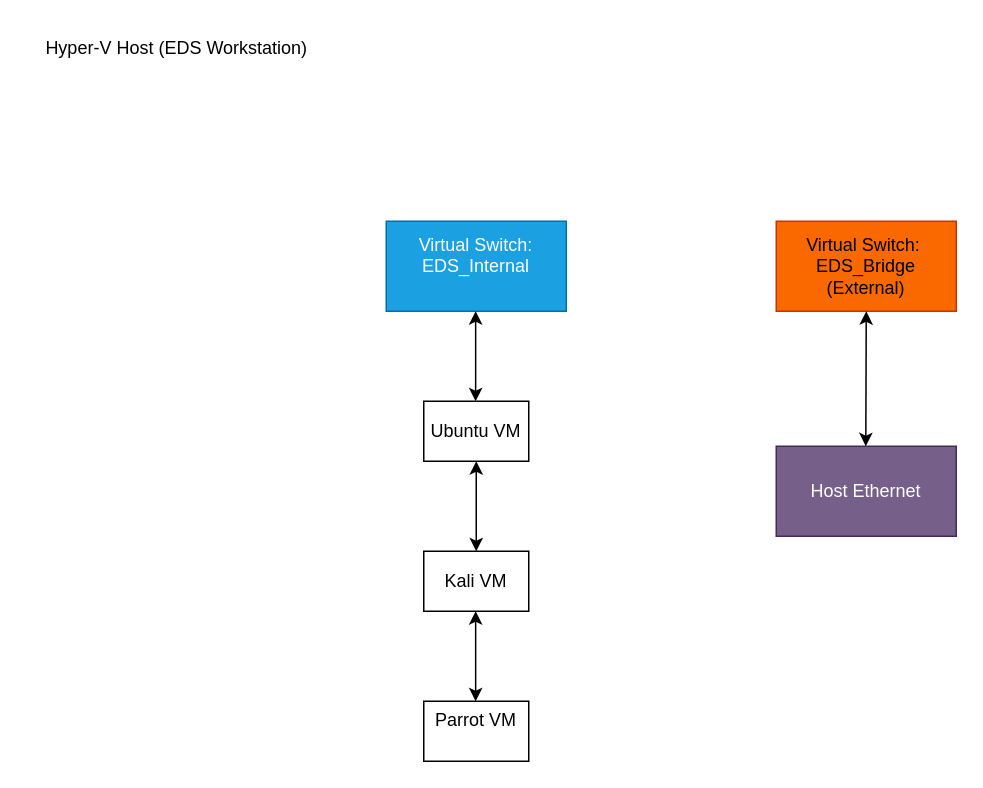
securedbyjc/EDS-Strategic-Docs keeps this draw.io diagram as internal-labs/hyper-v-core-lab/architecture-diagrams/hyperv-lab-v1.drawio. Above is the earlier version. Source tidied: cells renumbered, new cells numbered last; positions are measured from the earlier drawing's top-left corner, leaving out a move shared by most shapes. Both pictures are drawn from the tidied source at 150%, with x=0, y=0 at pixel (26, 26).
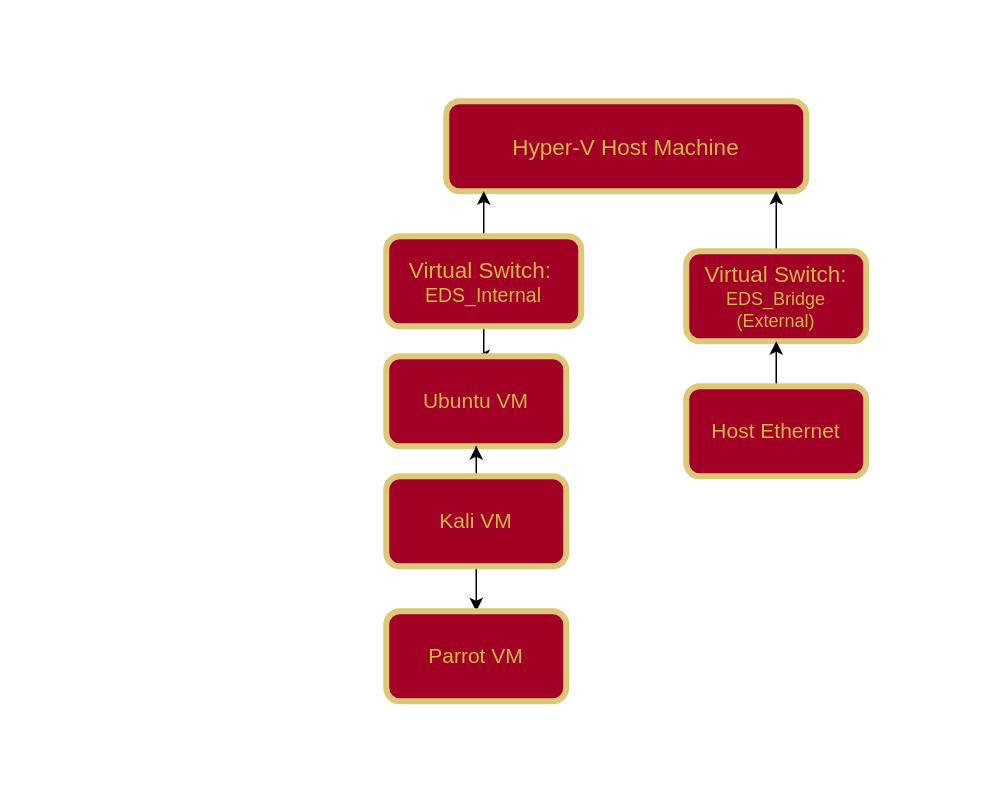
Above is the later version.

Commit message (it also covers changes not shown here):
Resolve merge conflicts in Kali lab READMEs

The edit, as a diff of the source:
```diff
@@
 <mxGraphModel>
   <root>
     <mxCell id="0" />
     <mxCell id="1" parent="0" />
+    <mxCell id="13" value="&lt;font style=&quot;font-size: 15px;&quot;&gt;Hyper-V Host Machine&lt;/font&gt;" style="rounded=1;whiteSpace=wrap;html=1;fillColor=#a20025;fontColor=light-dark(#d3b64a, #121212);strokeColor=light-dark(#ddc778, #ffc5c5);strokeWidth=4;" parent="1" vertex="1">
+      <mxGeometry x="280" y="50" width="240" height="60" as="geometry" />
+    </mxCell>
+    <mxCell id="14" style="edgeStyle=orthogonalEdgeStyle;rounded=0;jettySize=auto;html=1;" parent="1" edge="1" source="2" target="13">
+      <mxGeometry relative="1" as="geometry">
+        <Array as="points">
+          <mxPoint x="310" y="140" />
+          <mxPoint x="310" y="140" />
+        </Array>
+      </mxGeometry>
+    </mxCell>
+    <mxCell id="15" style="edgeStyle=orthogonalEdgeStyle;rounded=0;jettySize=auto;html=1;" parent="1" edge="1" source="2" target="5">
+      <mxGeometry relative="1" as="geometry" />
+    </mxCell>
-    <mxCell id="2" value="Virtual Switch:&lt;br&gt;EDS_Internal&lt;div&gt;&lt;br&gt;&lt;/div&gt;" style="rounded=0;whiteSpace=wrap;html=1;fillColor=#1ba1e2;fontColor=#ffffff;strokeColor=#006EAF;" parent="1" vertex="1">
-      <mxGeometry x="240" y="130" width="120" height="60" as="geometry" />
+    <mxCell id="2" value="&lt;span style=&quot;font-size: 15px;&quot;&gt;Virtual Switch:&amp;nbsp;&lt;/span&gt;&lt;div&gt;&lt;font style=&quot;font-size: 13px;&quot;&gt;EDS_Internal&lt;/font&gt;&lt;/div&gt;" style="rounded=1;whiteSpace=wrap;html=1;fillColor=#a20025;fontColor=light-dark(#d3b64a, #121212);strokeColor=light-dark(#ddc778, #ffc5c5);strokeWidth=4;" parent="1" vertex="1">
+      <mxGeometry x="240" y="140" width="130" height="60" as="geometry" />
     </mxCell>
-    <mxCell id="3" value="Hyper-V Host (EDS Workstation)" style="text;html=1;align=center;verticalAlign=middle;strokeColor=none;fillColor=none;" parent="1" vertex="1">
-      <mxGeometry width="200" height="30" as="geometry" />
-    </mxCell>
+    <mxCell id="16" style="edgeStyle=orthogonalEdgeStyle;rounded=0;jettySize=auto;html=1;" parent="1" edge="1" source="4" target="13">
+      <mxGeometry relative="1" as="geometry">
+        <Array as="points">
+          <mxPoint x="500" y="130" />
+          <mxPoint x="500" y="130" />
+        </Array>
+      </mxGeometry>
+    </mxCell>
-    <mxCell id="4" value="Virtual Switch:&amp;nbsp;&lt;div&gt;EDS_Bridge (External)&lt;/div&gt;" style="rounded=0;whiteSpace=wrap;html=1;fillColor=#fa6800;fontColor=#000000;strokeColor=#C73500;" parent="1" vertex="1">
-      <mxGeometry x="500" y="130" width="120" height="60" as="geometry" />
+    <mxCell id="4" value="&lt;span style=&quot;font-size: 15px;&quot;&gt;Virtual Switch:&lt;/span&gt;&lt;div&gt;&lt;font&gt;EDS_Bridge (External)&lt;/font&gt;&lt;/div&gt;" style="rounded=1;whiteSpace=wrap;html=1;fillColor=#a20025;fontColor=light-dark(#d3b64a, #121212);strokeColor=light-dark(#ddc778, #ffc5c5);strokeWidth=4;" parent="1" vertex="1">
+      <mxGeometry x="440" y="150" width="120" height="60" as="geometry" />
     </mxCell>
-    <mxCell id="5" value="Ubuntu VM" style="rounded=0;whiteSpace=wrap;html=1;" parent="1" vertex="1">
-      <mxGeometry x="265" y="250" width="70" height="40" as="geometry" />
+    <mxCell id="5" value="&lt;font style=&quot;font-size: 14px;&quot;&gt;Ubuntu VM&lt;/font&gt;" style="rounded=1;whiteSpace=wrap;html=1;fillColor=#a20025;fontColor=light-dark(#d3b64a, #121212);strokeColor=light-dark(#ddc778, #ffc5c5);strokeWidth=4;" parent="1" vertex="1">
+      <mxGeometry x="240" y="220" width="120" height="60" as="geometry" />
     </mxCell>
+    <mxCell id="17" style="edgeStyle=orthogonalEdgeStyle;rounded=0;jettySize=auto;html=1;" parent="1" edge="1" source="8" target="4">
+      <mxGeometry relative="1" as="geometry" />
+    </mxCell>
+    <mxCell id="8" value="&lt;font style=&quot;font-size: 14px;&quot;&gt;Host Ethernet&lt;/font&gt;" style="rounded=1;whiteSpace=wrap;html=1;fillColor=#a20025;fontColor=light-dark(#d3b64a, #121212);strokeColor=light-dark(#ddc778, #ffc5c5);strokeWidth=4;" parent="1" vertex="1">
+      <mxGeometry x="440" y="240" width="120" height="60" as="geometry" />
+    </mxCell>
+    <mxCell id="18" style="edgeStyle=orthogonalEdgeStyle;rounded=0;jettySize=auto;html=1;" parent="1" edge="1" source="6" target="5">
+      <mxGeometry relative="1" as="geometry" />
+    </mxCell>
+    <mxCell id="19" style="edgeStyle=orthogonalEdgeStyle;rounded=0;jettySize=auto;html=1;" parent="1" edge="1" source="6" target="7">
+      <mxGeometry relative="1" as="geometry" />
+    </mxCell>
-    <mxCell id="6" value="Kali VM" style="rounded=0;whiteSpace=wrap;html=1;" parent="1" vertex="1">
-      <mxGeometry x="265" y="350" width="70" height="40" as="geometry" />
+    <mxCell id="6" value="&lt;font style=&quot;font-size: 14px;&quot;&gt;Kali VM&lt;/font&gt;" style="rounded=1;whiteSpace=wrap;html=1;fillColor=#a20025;fontColor=light-dark(#d3b64a, #121212);strokeColor=light-dark(#ddc778, #ffc5c5);strokeWidth=4;" parent="1" vertex="1">
+      <mxGeometry x="240" y="300" width="120" height="60" as="geometry" />
     </mxCell>
-    <mxCell id="7" value="Parrot VM&lt;div&gt;&lt;br&gt;&lt;/div&gt;" style="rounded=0;whiteSpace=wrap;html=1;" parent="1" vertex="1">
-      <mxGeometry x="265" y="450" width="70" height="40" as="geometry" />
+    <mxCell id="7" value="&lt;span style=&quot;font-size: 14px;&quot;&gt;Parrot VM&lt;/span&gt;" style="rounded=1;whiteSpace=wrap;html=1;fillColor=#a20025;fontColor=light-dark(#d3b64a, #121212);strokeColor=light-dark(#ddc778, #ffc5c5);strokeWidth=4;" parent="1" vertex="1">
+      <mxGeometry x="240" y="390" width="120" height="60" as="geometry" />
     </mxCell>
-    <mxCell id="8" value="&lt;div&gt;&lt;br&gt;&lt;/div&gt;Host Ethernet&lt;div&gt;&lt;br&gt;&lt;/div&gt;" style="rounded=0;whiteSpace=wrap;html=1;fillColor=#76608a;fontColor=#ffffff;strokeColor=#432D57;" parent="1" vertex="1">
-      <mxGeometry x="500" y="280" width="120" height="60" as="geometry" />
-    </mxCell>
-    <mxCell id="9" style="endArrow=classic;startArrow=classic;html=1;rounded=0;exitX=0.5;exitY=0;exitDx=0;exitDy=0;" parent="1" edge="1">
-      <mxGeometry relative="1" as="geometry">
-        <mxPoint x="299.6" y="250" as="sourcePoint" />
-        <mxPoint x="299.6" y="190" as="targetPoint" />
-      </mxGeometry>
-    </mxCell>
-    <mxCell id="10" style="endArrow=classic;startArrow=classic;html=1;rounded=0;exitX=0.5;exitY=1;exitDx=0;exitDy=0;entryX=0.5;entryY=0;entryDx=0;entryDy=0;" parent="1" edge="1" source="5" target="6">
-      <mxGeometry relative="1" as="geometry" />
-    </mxCell>
-    <mxCell id="11" style="endArrow=classic;startArrow=classic;html=1;rounded=0;exitX=0.5;exitY=0;exitDx=0;exitDy=0;" parent="1" edge="1">
-      <mxGeometry relative="1" as="geometry">
-        <mxPoint x="299.6" y="450" as="sourcePoint" />
-        <mxPoint x="299.6" y="390" as="targetPoint" />
-      </mxGeometry>
-    </mxCell>
-    <mxCell id="12" style="endArrow=classic;startArrow=classic;html=1;rounded=0;exitX=0.5;exitY=0;exitDx=0;exitDy=0;entryX=0.5;entryY=1;entryDx=0;entryDy=0;" parent="1" edge="1" target="4">
-      <mxGeometry relative="1" as="geometry">
-        <mxPoint x="559.7" y="280" as="sourcePoint" />
-      </mxGeometry>
-    </mxCell>
   </root>
 </mxGraphModel>
```
